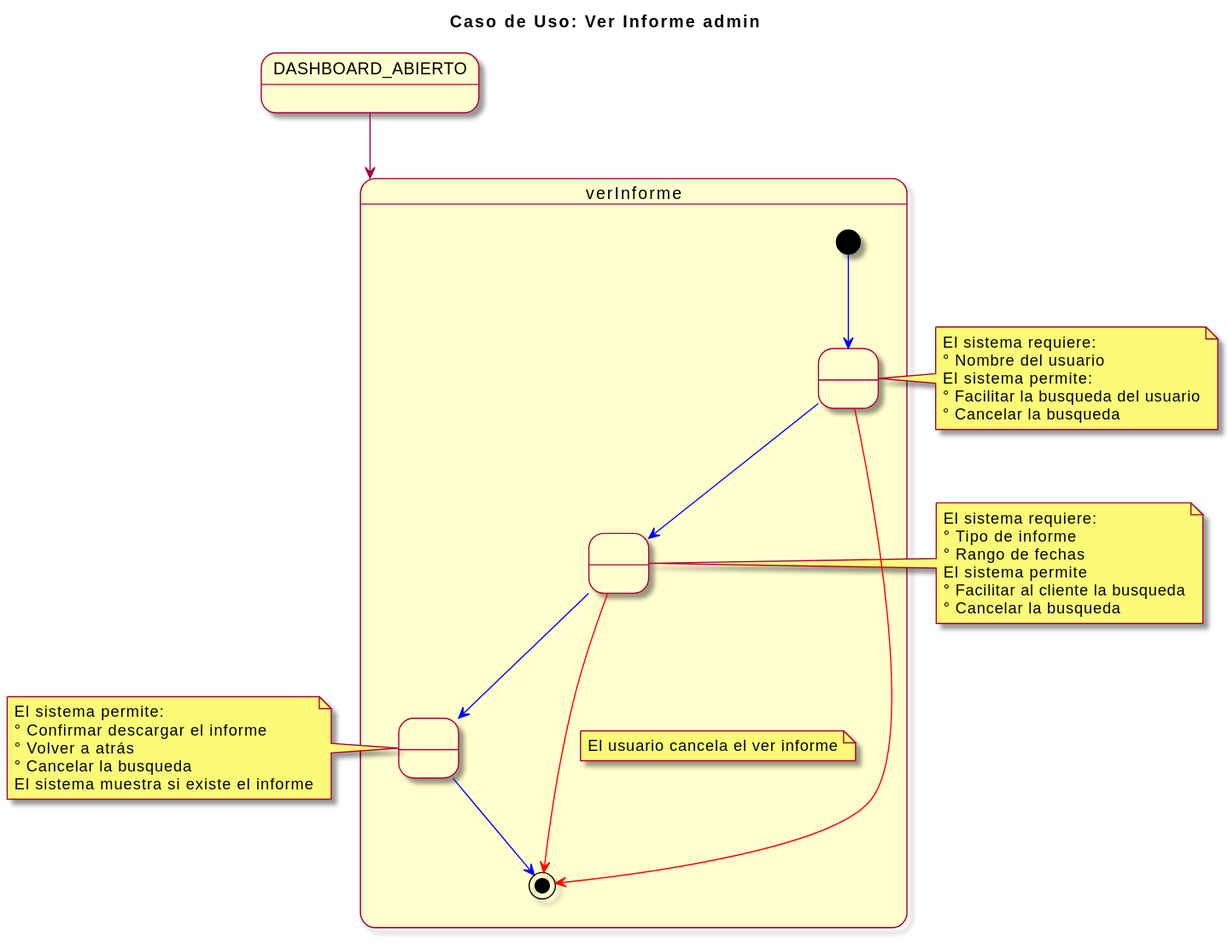
Above: imagenes/casosDeUso/detalles/verInformeAdmin.svg in mmasias/23-24-IdSw1-SDR (PlantUML), before the change. Source of this version:
```plantuml
@startuml
skin rose
title Caso de Uso: Ver Informe admin

state DASHBOARD_ABIERTO

DASHBOARD_ABIERTO --> verInforme

state verInforme {
  [*] -[#blue]-> seleccionarUsuario
  state " " as seleccionarUsuario
  seleccionarUsuario -[#blue]-> inicioInforme
  seleccionarUsuario -[#red]-> [*]
  state " " as inicioInforme
  inicioInforme -[#blue]-> mostrarInforme
  state " " as mostrarInforme
  mostrarInforme  -[#blue]-> [*]
  inicioInforme -[#red]-> [*]
  note on link: El usuario cancela el ver informe
}
note left of mostrarInforme
  El sistema permite:
  ° Confirmar descargar el informe
  ° Volver a atrás
  ° Cancelar la busqueda
  El sistema muestra si existe el informe
end note

note left of inicioInforme
  El sistema requiere:
  ° Tipo de informe
  ° Rango de fechas
  El sistema permite
  ° Facilitar al cliente la busqueda
  ° Cancelar la busqueda
end note

note right of seleccionarUsuario
 El sistema requiere:
 ° Nombre del usuario
 El sistema permite:
 ° Facilitar la busqueda del usuario
 ° Cancelar la busqueda
end note
@enduml
```
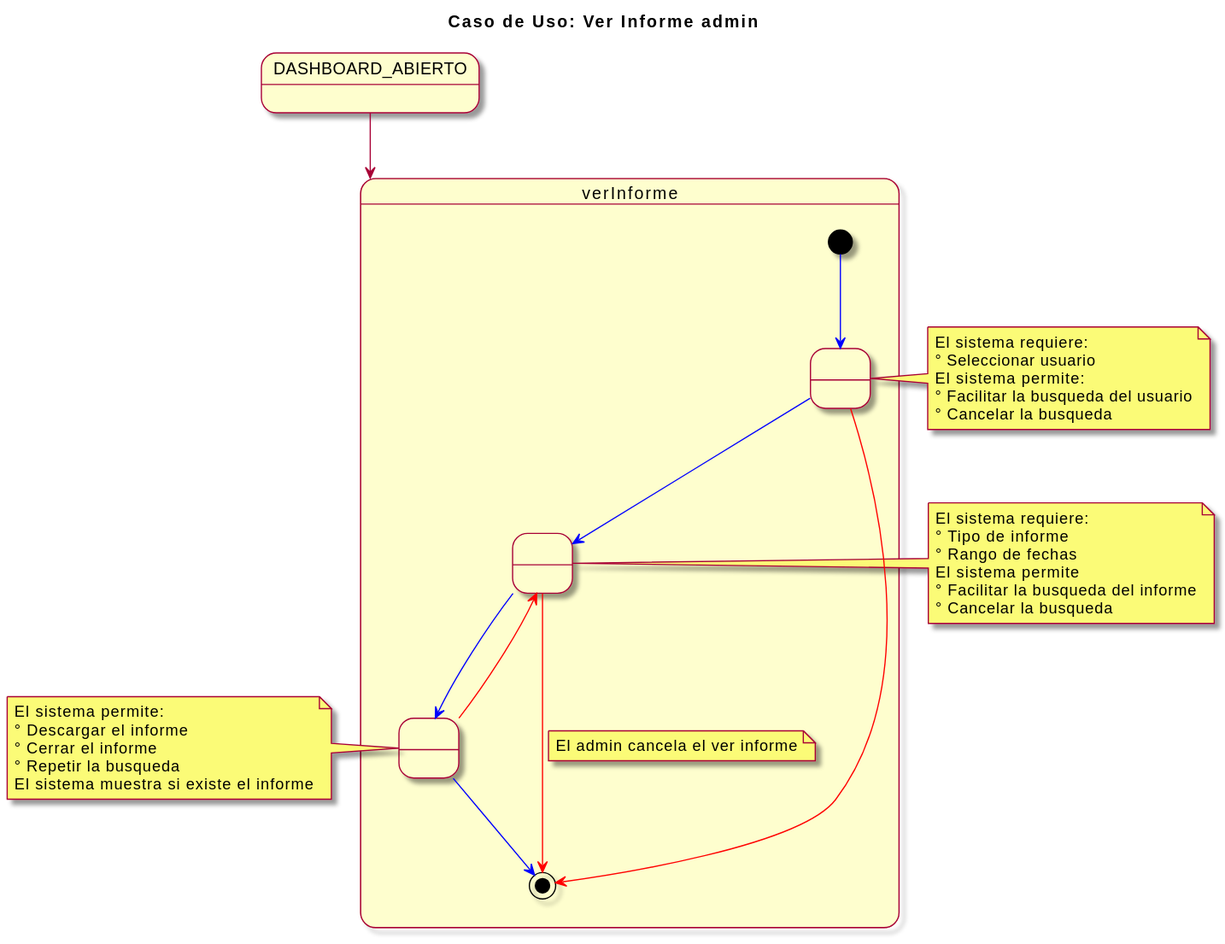
Above is the later version.

Commit message:
actualizando-imagen-detalle-caso-de-uso-ver-informe-admin

Diff of the diagram source:
```diff
@@ -9,37 +9,38 @@
 state verInforme {
   [*] -[#blue]-> seleccionarUsuario
   state " " as seleccionarUsuario
-  seleccionarUsuario -[#blue]-> inicioInforme
+  seleccionarUsuario -[#blue]-> tipoInforme
   seleccionarUsuario -[#red]-> [*]
-  state " " as inicioInforme
-  inicioInforme -[#blue]-> mostrarInforme
+  state " " as tipoInforme
+  tipoInforme -[#blue]-> mostrarInforme
   state " " as mostrarInforme
+  mostrarInforme -up[#red]-> tipoInforme
   mostrarInforme  -[#blue]-> [*]
-  inicioInforme -[#red]-> [*]
-  note on link: El usuario cancela el ver informe
+  tipoInforme -[#red]-> [*]
+  note on link: El admin cancela el ver informe
 }
 note left of mostrarInforme
   El sistema permite:
-  ° Confirmar descargar el informe
-  ° Volver a atrás
-  ° Cancelar la busqueda
+  ° Descargar el informe
+  ° Cerrar el informe
+  ° Repetir la busqueda
   El sistema muestra si existe el informe
 end note
 
-note left of inicioInforme
+note left of tipoInforme
   El sistema requiere:
   ° Tipo de informe
   ° Rango de fechas
   El sistema permite
-  ° Facilitar al cliente la busqueda
+  ° Facilitar la busqueda del informe
   ° Cancelar la busqueda
 end note
 
 note right of seleccionarUsuario
- El sistema requiere:
- ° Nombre del usuario
- El sistema permite:
- ° Facilitar la busqueda del usuario
- ° Cancelar la busqueda
+  El sistema requiere:
+  ° Seleccionar usuario
+  El sistema permite:
+  ° Facilitar la busqueda del usuario
+  ° Cancelar la busqueda
 end note
 @enduml
```
